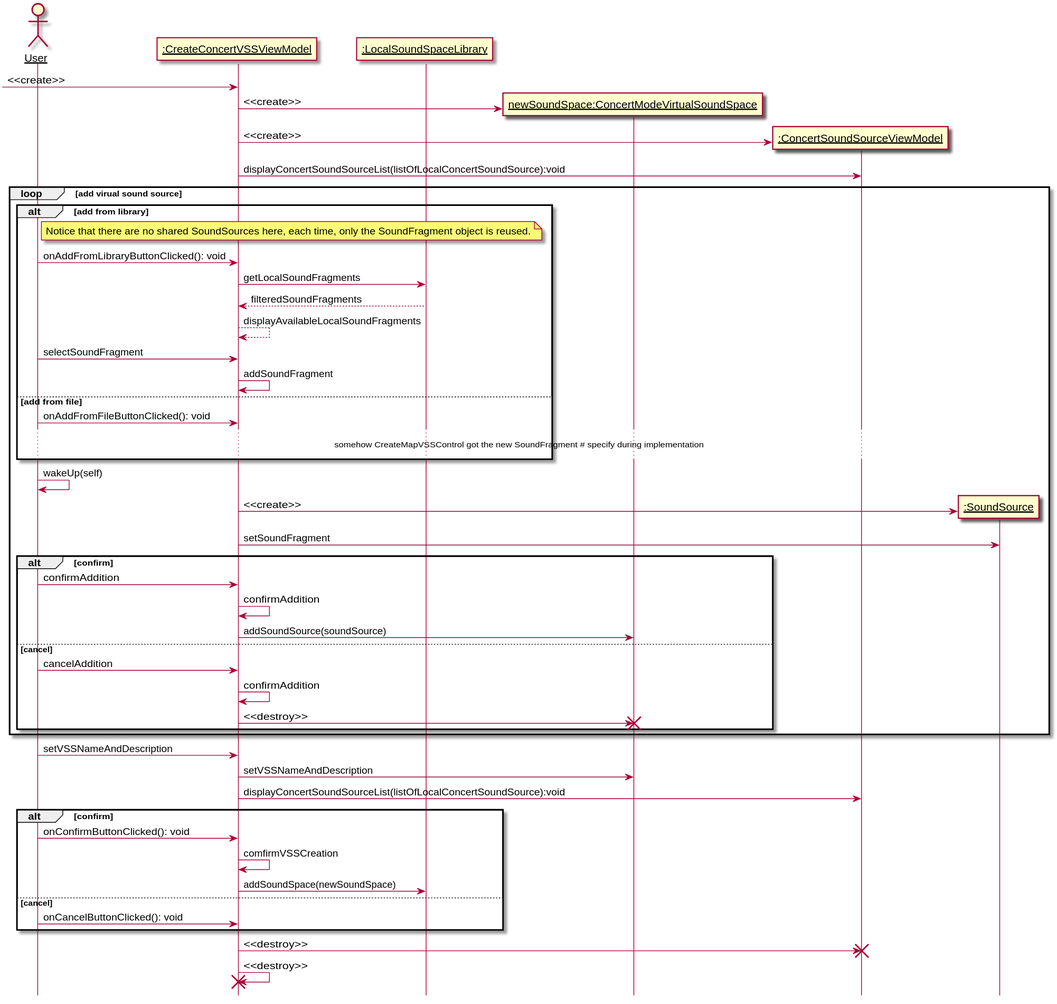
Above: 设计/Diagrams/CreateConcertModeVSS.svg in kpp19920121/doc (PlantUML), before the change.
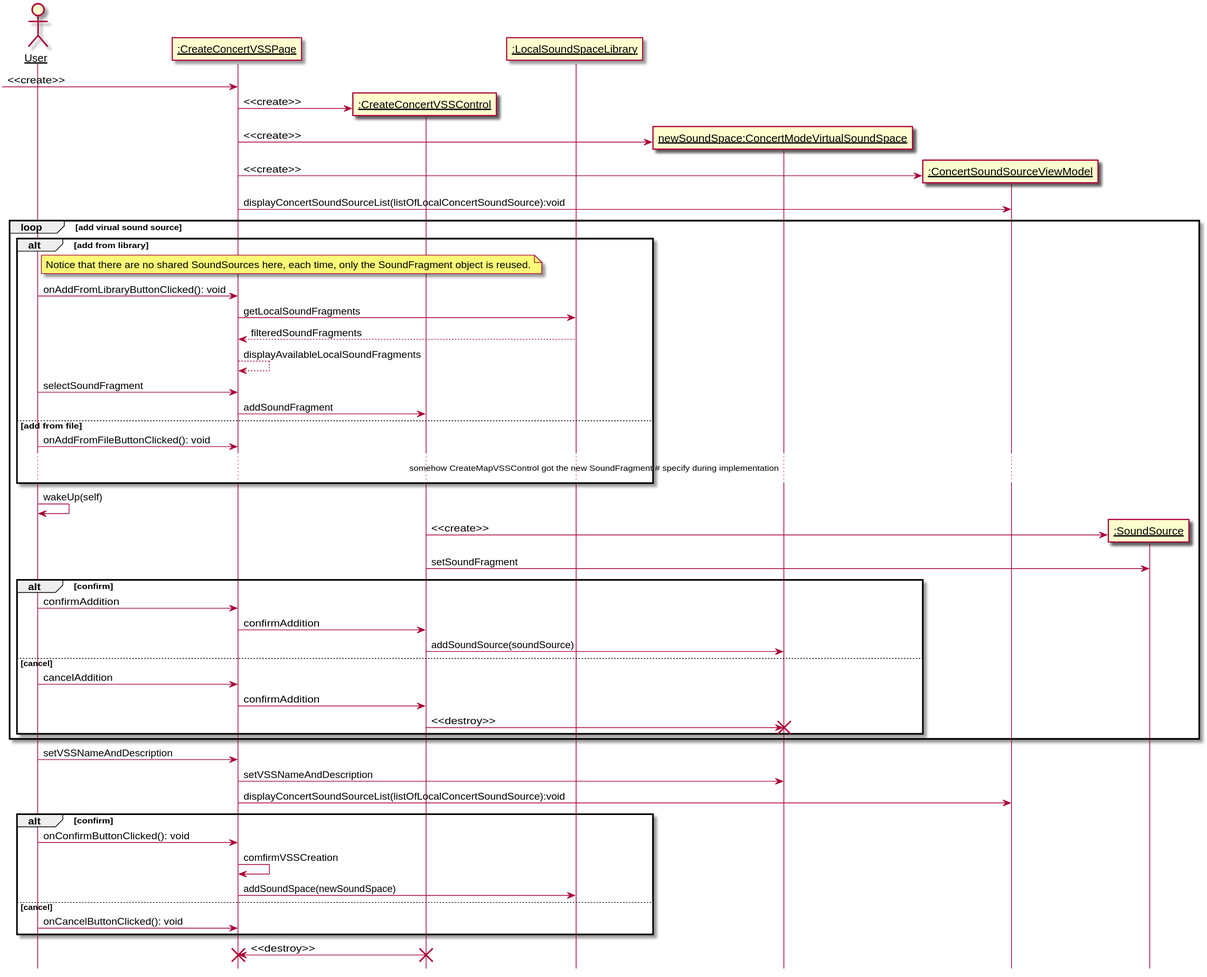
The same file after the commit.

The edit, as a diff of the source:
```diff
@@ -4,13 +4,16 @@
 
 
 actor User as user
-participant ":CreateConcertVSSViewModel" as createboundary
+participant ":CreateConcertVSSPage" as createboundary
+participant ":CreateConcertVSSControl" as createcontrol
 participant ":LocalSoundSpaceLibrary" as library
 participant "newSoundSpace:ConcertModeVirtualSoundSpace" as newspace
 participant ":ConcertSoundSourceViewModel" as cssvm
 
 create createboundary
 -> createboundary: <<create>>
+create createcontrol
+createboundary -> createcontrol: <<create>>
 create newspace
 createboundary -> newspace: <<create>>
 create cssvm
@@ -25,7 +28,7 @@
         library --> createboundary: filteredSoundFragments
         createboundary --> createboundary: displayAvailableLocalSoundFragments
         user -> createboundary: selectSoundFragment
-        createboundary -> createboundary: addSoundFragment
+        createboundary -> createcontrol: addSoundFragment
     else add from file
         user -> createboundary: onAddFromFileButtonClicked(): void
         ...somehow CreateMapVSSControl got the new SoundFragment # specify during implementation...
@@ -35,16 +38,16 @@
     participant ":SoundSource" as source
     user -> user: wakeUp(self)
     create source
-    createboundary -> source: <<create>>
-    createboundary -> source: setSoundFragment
+    createcontrol -> source: <<create>>
+    createcontrol -> source: setSoundFragment
     alt confirm
         user -> createboundary: confirmAddition
-        createboundary -> createboundary: confirmAddition
-        createboundary -> newspace: addSoundSource(soundSource)
+        createboundary -> createcontrol: confirmAddition
+        createcontrol -> newspace: addSoundSource(soundSource)
     else cancel
         user -> createboundary: cancelAddition
-        createboundary -> createboundary: confirmAddition
-        createboundary -> newspace: <<destroy>>
+        createboundary -> createcontrol: confirmAddition
+        createcontrol -> newspace: <<destroy>>
         destroy newspace
     end
 
@@ -59,8 +62,7 @@
 else cancel
     user -> createboundary: onCancelButtonClicked(): void
 end
-createboundary -> cssvm: <<destroy>>
-destroy cssvm
-createboundary -> createboundary: <<destroy>>
+createcontrol -> createboundary: <<destroy>>
 destroy createboundary
+destroy createcontrol
 @enduml
```
